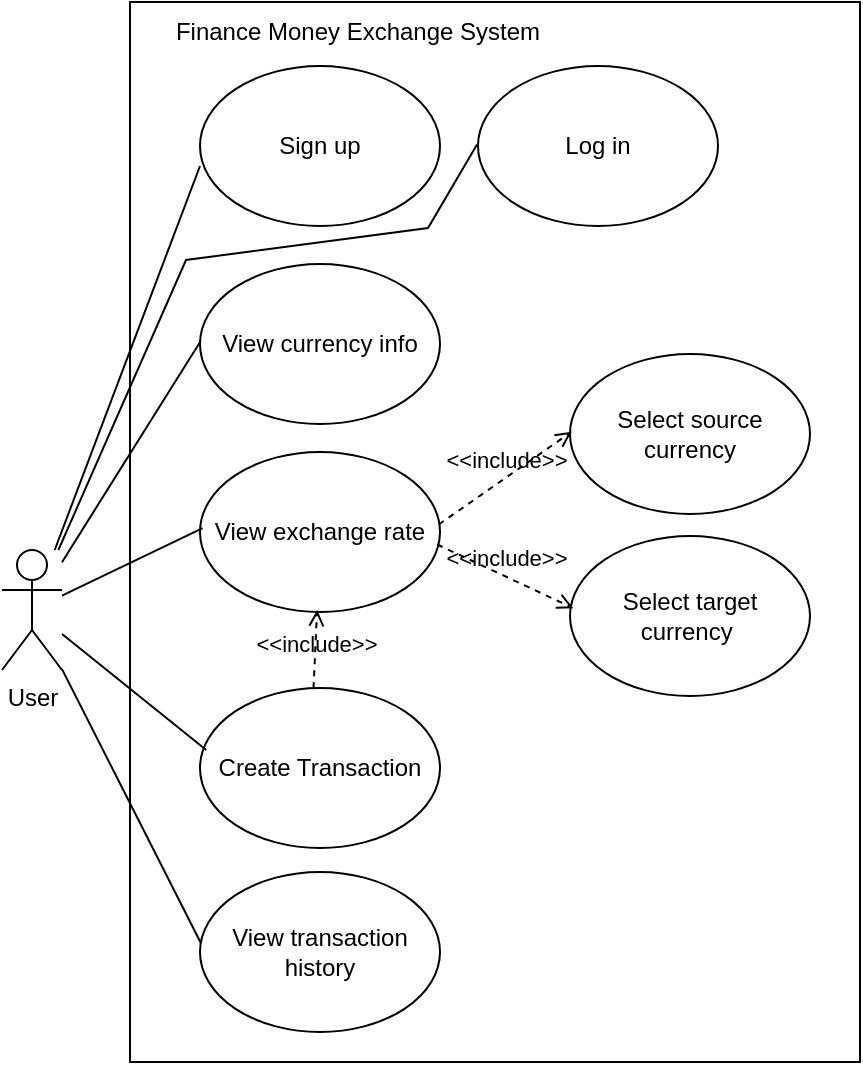
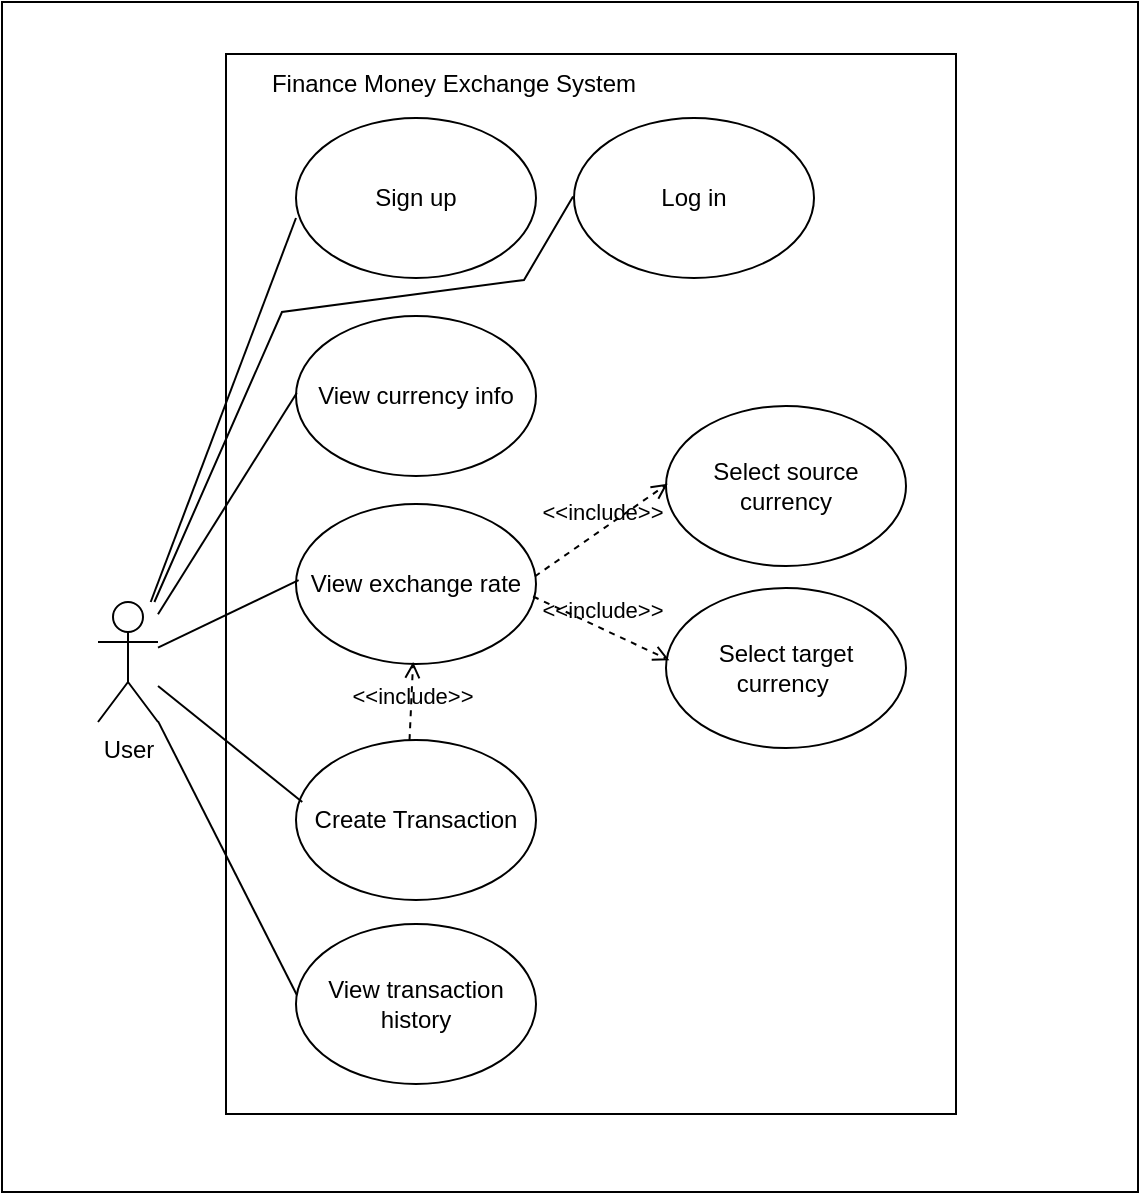
<mxfile host="Electron">
  <diagram name="Page-1" id="EsPDE59GvTRvtKFqmjGg">
-     <mxGraphModel dx="964" dy="658" grid="0" gridSize="10" guides="1" tooltips="1" connect="0" arrows="1" fold="1" page="1" pageScale="1" pageWidth="850" pageHeight="1100" background="#ffffff" math="0" shadow="0">
+     <mxGraphModel dx="1814" dy="658" grid="0" gridSize="10" guides="1" tooltips="1" connect="0" arrows="1" fold="1" page="1" pageScale="1" pageWidth="850" pageHeight="1100" background="#ffffff" math="0" shadow="0">
      <root>
        <mxCell id="0" />
        <mxCell id="1" parent="0" />
+         <mxCell id="MlZQ0ma47MF1wiFBZsBE-1" parent="1" style="rounded=0;whiteSpace=wrap;html=1;" value="" vertex="1">
+           <mxGeometry height="595" width="568" x="-1" y="29" as="geometry" />
+         </mxCell>
        <mxCell id="db6eSob7OuOy52q7YnZ2-83" parent="1" style="rounded=0;whiteSpace=wrap;html=1;" value="" vertex="1">
          <mxGeometry height="530" width="365" x="111" y="55" as="geometry" />
        </mxCell>
        <mxCell id="KX3Xa2U4nPOGi9V9Zbjt-1" parent="1" style="shape=umlActor;verticalLabelPosition=bottom;verticalAlign=top;html=1;outlineConnect=0;" value="User&lt;div&gt;&lt;br&gt;&lt;/div&gt;" vertex="1">
          <mxGeometry height="60" width="30" x="47" y="329" as="geometry" />
        </mxCell>
        <mxCell id="db6eSob7OuOy52q7YnZ2-1" parent="1" style="ellipse;whiteSpace=wrap;html=1;" value="Sign up" vertex="1">
          <mxGeometry height="80" width="120" x="146" y="87" as="geometry" />
        </mxCell>
        <mxCell id="db6eSob7OuOy52q7YnZ2-2" parent="1" style="ellipse;whiteSpace=wrap;html=1;" value="Log in" vertex="1">
          <mxGeometry height="80" width="120" x="285" y="87" as="geometry" />
        </mxCell>
        <mxCell id="db6eSob7OuOy52q7YnZ2-29" edge="1" parent="1" source="KX3Xa2U4nPOGi9V9Zbjt-1" style="endArrow=none;html=1;rounded=0;entryX=0;entryY=0.625;entryDx=0;entryDy=0;entryPerimeter=0;" target="db6eSob7OuOy52q7YnZ2-1" value="">
          <mxGeometry height="50" relative="1" width="50" as="geometry">
            <mxPoint x="320" y="440" as="sourcePoint" />
            <mxPoint x="370" y="390" as="targetPoint" />
          </mxGeometry>
        </mxCell>
        <mxCell id="db6eSob7OuOy52q7YnZ2-66" edge="1" parent="1" source="KX3Xa2U4nPOGi9V9Zbjt-1" style="endArrow=none;html=1;rounded=0;entryX=-0.004;entryY=0.491;entryDx=0;entryDy=0;entryPerimeter=0;" target="db6eSob7OuOy52q7YnZ2-2" value="">
          <mxGeometry height="50" relative="1" width="50" as="geometry">
            <Array as="points">
              <mxPoint x="139" y="184" />
              <mxPoint x="260" y="168" />
            </Array>
            <mxPoint x="350" y="382" as="sourcePoint" />
            <mxPoint x="322" y="194" as="targetPoint" />
          </mxGeometry>
        </mxCell>
        <mxCell id="db6eSob7OuOy52q7YnZ2-68" parent="1" style="text;html=1;whiteSpace=wrap;strokeColor=none;fillColor=none;align=center;verticalAlign=middle;rounded=0;" value="Finance Money Exchange System" vertex="1">
          <mxGeometry height="30" width="198" x="126" y="55" as="geometry" />
        </mxCell>
        <mxCell id="db6eSob7OuOy52q7YnZ2-70" parent="1" style="ellipse;whiteSpace=wrap;html=1;" value="View exchange rate" vertex="1">
          <mxGeometry height="80" width="120" x="146" y="280" as="geometry" />
        </mxCell>
        <mxCell id="db6eSob7OuOy52q7YnZ2-71" parent="1" style="ellipse;whiteSpace=wrap;html=1;" value="View currency info" vertex="1">
          <mxGeometry height="80" width="120" x="146" y="186" as="geometry" />
        </mxCell>
        <mxCell id="db6eSob7OuOy52q7YnZ2-72" parent="1" style="ellipse;whiteSpace=wrap;html=1;" value="Create Transaction" vertex="1">
          <mxGeometry height="80" width="120" x="146" y="398" as="geometry" />
        </mxCell>
        <mxCell id="db6eSob7OuOy52q7YnZ2-73" parent="1" style="ellipse;whiteSpace=wrap;html=1;" value="View transaction history" vertex="1">
          <mxGeometry height="80" width="120" x="146" y="490" as="geometry" />
        </mxCell>
        <mxCell id="db6eSob7OuOy52q7YnZ2-74" parent="1" style="ellipse;whiteSpace=wrap;html=1;" value="Select source currency" vertex="1">
          <mxGeometry height="80" width="120" x="331" y="231" as="geometry" />
        </mxCell>
        <mxCell id="db6eSob7OuOy52q7YnZ2-75" parent="1" style="ellipse;whiteSpace=wrap;html=1;" value="Select target currency&amp;nbsp;" vertex="1">
          <mxGeometry height="80" width="120" x="331" y="322" as="geometry" />
        </mxCell>
        <mxCell id="db6eSob7OuOy52q7YnZ2-76" edge="1" parent="1" source="db6eSob7OuOy52q7YnZ2-70" style="html=1;verticalAlign=bottom;labelBackgroundColor=none;endArrow=open;endFill=0;dashed=1;rounded=0;entryX=0.007;entryY=0.486;entryDx=0;entryDy=0;entryPerimeter=0;exitX=0.995;exitY=0.453;exitDx=0;exitDy=0;exitPerimeter=0;" target="db6eSob7OuOy52q7YnZ2-74" value="&amp;lt;&amp;lt;include&amp;gt;&amp;gt;">
          <mxGeometry relative="1" width="160" as="geometry">
            <mxPoint x="261" y="319" as="sourcePoint" />
            <mxPoint x="421" y="319" as="targetPoint" />
          </mxGeometry>
        </mxCell>
        <mxCell id="db6eSob7OuOy52q7YnZ2-77" edge="1" parent="1" source="db6eSob7OuOy52q7YnZ2-70" style="html=1;verticalAlign=bottom;labelBackgroundColor=none;endArrow=open;endFill=0;dashed=1;rounded=0;entryX=0.014;entryY=0.451;entryDx=0;entryDy=0;entryPerimeter=0;exitX=0.988;exitY=0.578;exitDx=0;exitDy=0;exitPerimeter=0;" target="db6eSob7OuOy52q7YnZ2-75" value="&amp;lt;&amp;lt;include&amp;gt;&amp;gt;">
          <mxGeometry relative="1" width="160" as="geometry">
            <mxPoint x="261" y="319" as="sourcePoint" />
            <mxPoint x="421" y="319" as="targetPoint" />
          </mxGeometry>
        </mxCell>
        <mxCell id="db6eSob7OuOy52q7YnZ2-78" edge="1" parent="1" source="db6eSob7OuOy52q7YnZ2-72" style="html=1;verticalAlign=bottom;labelBackgroundColor=none;endArrow=open;endFill=0;dashed=1;rounded=0;exitX=0.473;exitY=0.001;exitDx=0;exitDy=0;exitPerimeter=0;entryX=0.488;entryY=0.987;entryDx=0;entryDy=0;entryPerimeter=0;" target="db6eSob7OuOy52q7YnZ2-70" value="&amp;lt;&amp;lt;include&amp;gt;&amp;gt;">
          <mxGeometry relative="1" width="160" x="-0.3285" y="-1" as="geometry">
            <mxPoint as="offset" />
            <mxPoint x="261" y="381" as="sourcePoint" />
            <mxPoint x="421" y="381" as="targetPoint" />
          </mxGeometry>
        </mxCell>
        <mxCell id="db6eSob7OuOy52q7YnZ2-79" edge="1" parent="1" source="KX3Xa2U4nPOGi9V9Zbjt-1" style="endArrow=none;html=1;rounded=0;entryX=0.003;entryY=0.481;entryDx=0;entryDy=0;entryPerimeter=0;" target="db6eSob7OuOy52q7YnZ2-71" value="">
          <mxGeometry height="50" relative="1" width="50" as="geometry">
            <mxPoint x="316" y="349" as="sourcePoint" />
            <mxPoint x="366" y="299" as="targetPoint" />
          </mxGeometry>
        </mxCell>
        <mxCell id="db6eSob7OuOy52q7YnZ2-80" edge="1" parent="1" source="KX3Xa2U4nPOGi9V9Zbjt-1" style="endArrow=none;html=1;rounded=0;entryX=0.011;entryY=0.476;entryDx=0;entryDy=0;entryPerimeter=0;" target="db6eSob7OuOy52q7YnZ2-70" value="">
          <mxGeometry height="50" relative="1" width="50" as="geometry">
            <mxPoint x="316" y="349" as="sourcePoint" />
            <mxPoint x="366" y="299" as="targetPoint" />
          </mxGeometry>
        </mxCell>
        <mxCell id="db6eSob7OuOy52q7YnZ2-81" edge="1" parent="1" source="KX3Xa2U4nPOGi9V9Zbjt-1" style="endArrow=none;html=1;rounded=0;entryX=0.026;entryY=0.387;entryDx=0;entryDy=0;entryPerimeter=0;" target="db6eSob7OuOy52q7YnZ2-72" value="">
          <mxGeometry height="50" relative="1" width="50" as="geometry">
            <mxPoint x="316" y="349" as="sourcePoint" />
            <mxPoint x="366" y="299" as="targetPoint" />
          </mxGeometry>
        </mxCell>
        <mxCell id="db6eSob7OuOy52q7YnZ2-82" edge="1" parent="1" source="KX3Xa2U4nPOGi9V9Zbjt-1" style="endArrow=none;html=1;rounded=0;entryX=0.003;entryY=0.442;entryDx=0;entryDy=0;entryPerimeter=0;" target="db6eSob7OuOy52q7YnZ2-73" value="">
          <mxGeometry height="50" relative="1" width="50" as="geometry">
            <mxPoint x="316" y="349" as="sourcePoint" />
            <mxPoint x="366" y="299" as="targetPoint" />
          </mxGeometry>
        </mxCell>
      </root>
    </mxGraphModel>
  </diagram>
</mxfile>
